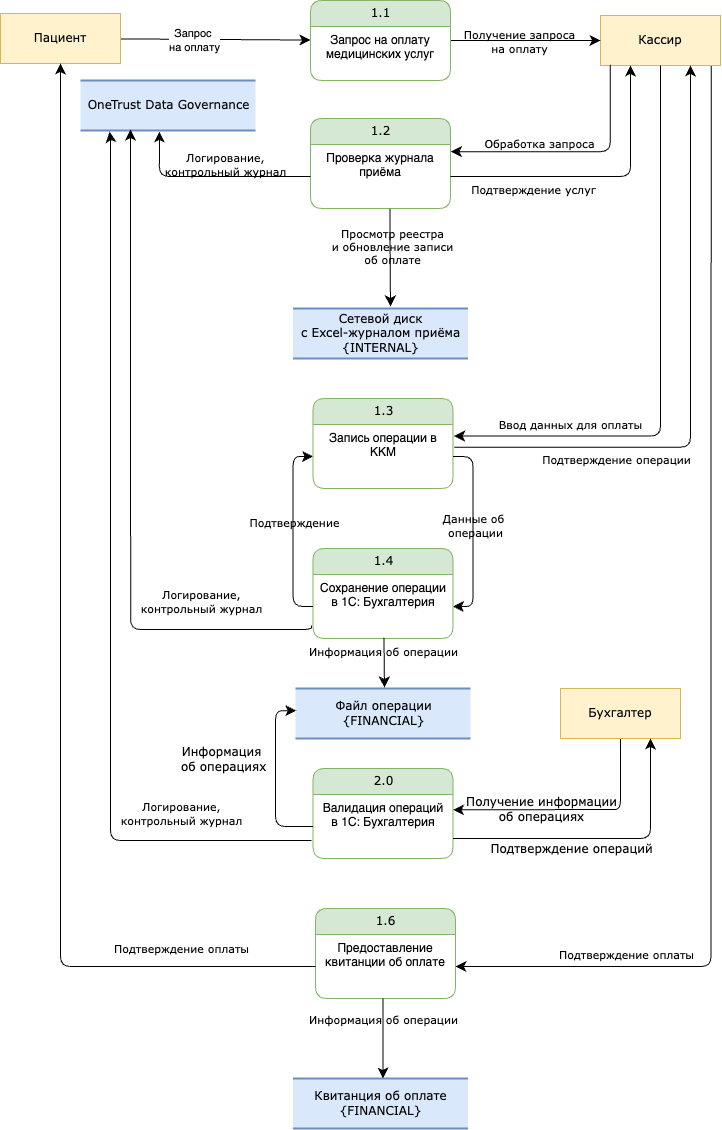
Above: Exc1/DFD-DataLinage-Обработка платежей.drawio.png in denrzv/yp-architecture-sprint-10 (draw.io), before the change. Source tidied: cells renumbered, new cells last; positions are measured from the earlier drawing's top-left corner, leaving out a move shared by most shapes.
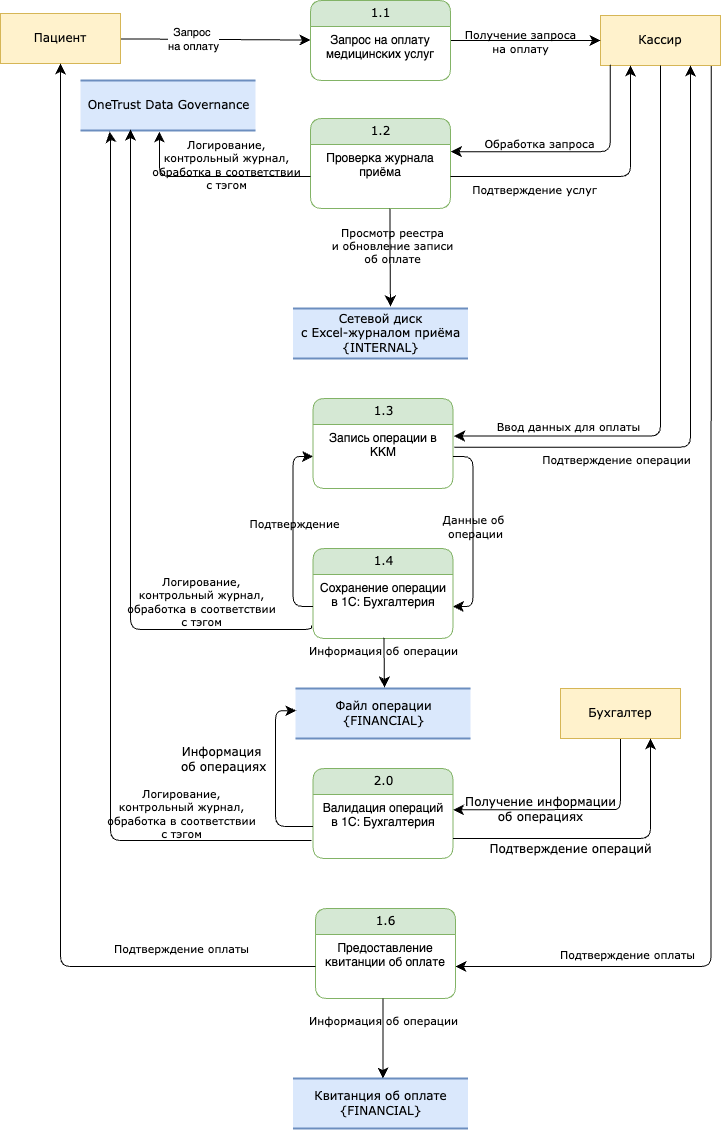
The same diagram one commit later.

Change to the diagram source:
```diff
@@ -220,7 +220,7 @@
         </Array>
       </mxGeometry>
     </mxCell>
-    <mxCell id="54" value="Логирование,&lt;div&gt;контрольный журнал&lt;/div&gt;" style="edgeLabel;html=1;align=center;verticalAlign=middle;fontFamily=Verdana;fontSize=11;fontColor=default;labelBackgroundColor=none;" parent="53" vertex="1">
+    <mxCell id="54" value="Логирование,&lt;div&gt;контрольный журнал&lt;span style=&quot;background-color: transparent; color: light-dark(rgb(0, 0, 0), rgb(255, 255, 255));&quot;&gt;,&lt;/span&gt;&lt;/div&gt;&lt;div&gt;обработка в соответствии&lt;/div&gt;&lt;div&gt;с тэгом&lt;/div&gt;" style="edgeLabel;html=1;align=center;verticalAlign=middle;fontFamily=Verdana;fontSize=11;fontColor=default;labelBackgroundColor=none;" parent="53" vertex="1">
       <mxGeometry x="0.01" y="-3" relative="1" as="geometry">
         <mxPoint x="14" y="-10" as="offset" />
       </mxGeometry>
@@ -233,7 +233,7 @@
         </Array>
       </mxGeometry>
     </mxCell>
-    <mxCell id="56" value="Логирование,&lt;div&gt;контрольный журнал&lt;/div&gt;" style="edgeLabel;html=1;align=center;verticalAlign=middle;fontFamily=Verdana;fontSize=11;fontColor=default;labelBackgroundColor=none;" parent="55" vertex="1">
+    <mxCell id="56" value="Логирование,&lt;div&gt;контрольный журнал&lt;span style=&quot;background-color: transparent; color: light-dark(rgb(0, 0, 0), rgb(255, 255, 255));&quot;&gt;,&lt;/span&gt;&lt;/div&gt;&lt;div&gt;обработка в соответствии&lt;/div&gt;&lt;div&gt;с тэгом&lt;/div&gt;" style="edgeLabel;html=1;align=center;verticalAlign=middle;fontFamily=Verdana;fontSize=11;fontColor=default;labelBackgroundColor=none;" parent="55" vertex="1">
       <mxGeometry x="0.01" y="-3" relative="1" as="geometry">
         <mxPoint x="67" y="134" as="offset" />
       </mxGeometry>
@@ -247,7 +247,7 @@
         </Array>
       </mxGeometry>
     </mxCell>
-    <mxCell id="58" value="Логирование,&lt;div&gt;контрольный журнал&lt;/div&gt;" style="edgeLabel;html=1;align=center;verticalAlign=middle;fontFamily=Verdana;fontSize=11;fontColor=default;labelBackgroundColor=none;" parent="57" vertex="1">
+    <mxCell id="58" value="Логирование,&lt;div&gt;контрольный журнал&lt;span style=&quot;background-color: transparent; color: light-dark(rgb(0, 0, 0), rgb(255, 255, 255));&quot;&gt;,&lt;/span&gt;&lt;/div&gt;&lt;div&gt;обработка в соответствии&lt;/div&gt;&lt;div&gt;с тэгом&lt;/div&gt;" style="edgeLabel;html=1;align=center;verticalAlign=middle;fontFamily=Verdana;fontSize=11;fontColor=default;labelBackgroundColor=none;" parent="57" vertex="1">
       <mxGeometry x="0.01" y="-3" relative="1" as="geometry">
         <mxPoint x="67" y="233" as="offset" />
       </mxGeometry>
```
